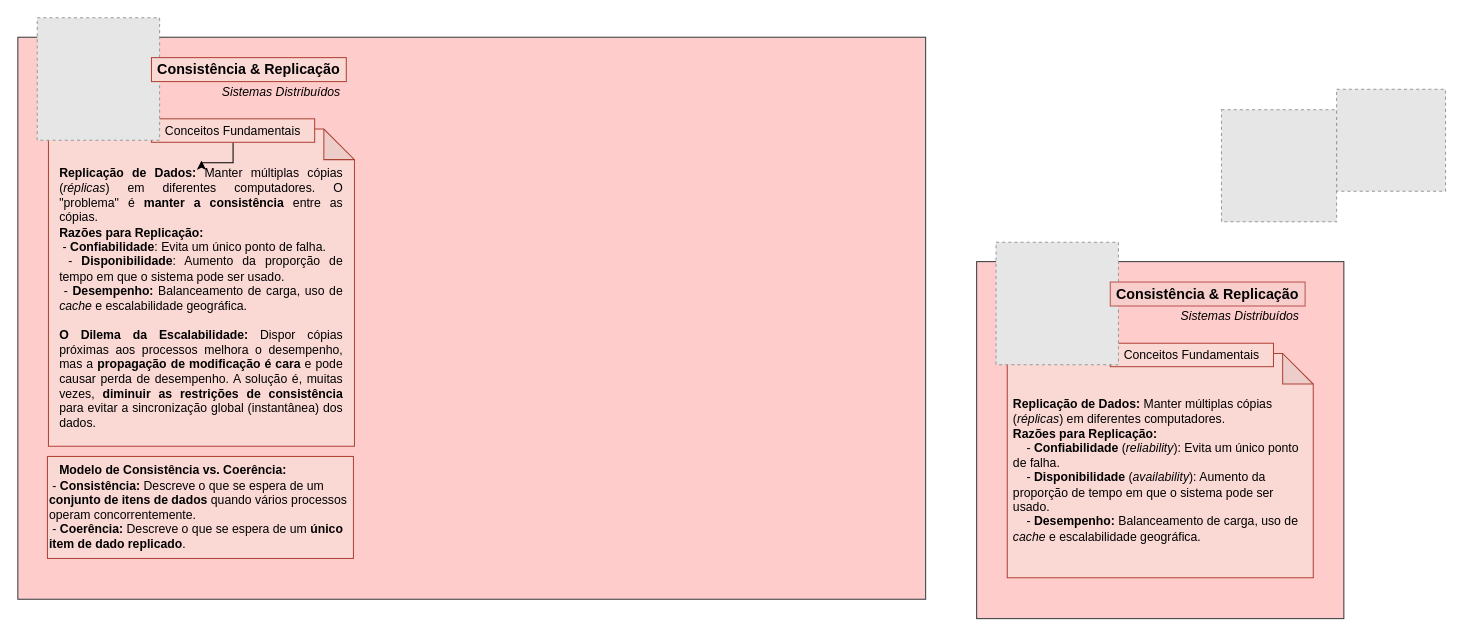
Earlier version of the draw.io diagram SysDistroN4.drawio (thaaalii/SisDistroThali). Source tidied: cells renumbered, new cells numbered last; positions are measured from the earlier drawing's top-left corner, leaving out a move shared by most shapes. Both pictures are drawn from the tidied source at 102%, with x=0, y=0 at pixel (17, 17). Pictures stored in the file or linked from it are replaced by grey dashed boxes.
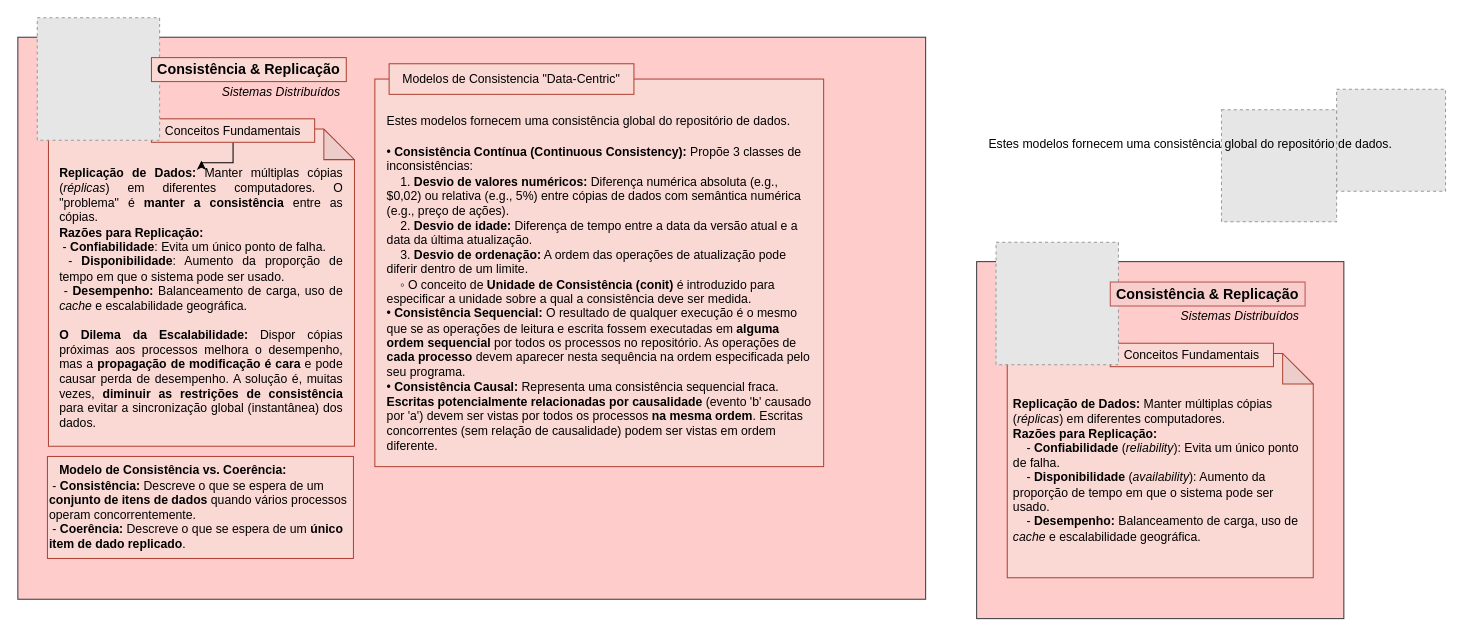
The same diagram, later.

Diff of the diagram source:
```diff
@@
+    <mxCell id="20" style="rounded=0;whiteSpace=wrap;html=1;strokeColor=light-dark(#AE4132,#FFF8B0);align=left;verticalAlign=middle;fontFamily=Helvetica;fontSize=12;fontColor=default;fillColor=#fad9d5;" parent="1" vertex="1">
+      <mxGeometry x="350" y="60" width="440" height="380" as="geometry" />
+    </mxCell>
+    <mxCell id="21" value="Modelos de Consistencia &quot;Data-Centric&quot;" style="whiteSpace=wrap;html=1;fillColor=#fad9d5;strokeColor=light-dark(#AE4132,#FFF8B0);" parent="1" vertex="1">
+      <mxGeometry x="364" y="45" width="240" height="30" as="geometry" />
+    </mxCell>
+    <mxCell id="22" value="&lt;span class=&quot;ng-star-inserted&quot;&gt;Estes modelos fornecem uma consistência global do repositório de dados&lt;/span&gt;&lt;span class=&quot;ng-star-inserted&quot;&gt;&lt;/span&gt;&lt;span class=&quot;ng-star-inserted&quot;&gt;&lt;/span&gt;&lt;span class=&quot;ng-star-inserted&quot;&gt;.&lt;/span&gt;" style="text;whiteSpace=wrap;html=1;fontFamily=Helvetica;fontSize=12;fontColor=default;" parent="1" vertex="1">
+      <mxGeometry x="360" y="88" width="400" height="30" as="geometry" />
+    </mxCell>
+    <mxCell id="23" value="&lt;span class=&quot;ng-star-inserted&quot;&gt;Estes modelos fornecem uma consistência global do repositório de dados&lt;/span&gt;&lt;span class=&quot;ng-star-inserted&quot;&gt;&lt;/span&gt;&lt;span class=&quot;ng-star-inserted&quot;&gt;&lt;/span&gt;&lt;span class=&quot;ng-star-inserted&quot;&gt;.&lt;/span&gt;" style="text;whiteSpace=wrap;html=1;fontFamily=Helvetica;fontSize=12;fontColor=default;" parent="1" vertex="1">
+      <mxGeometry x="950" y="110" width="430" height="40" as="geometry" />
+    </mxCell>
+    <mxCell id="24" value="&lt;span class=&quot;ng-star-inserted&quot;&gt;• &lt;/span&gt;&lt;b class=&quot;ng-star-inserted&quot;&gt;Consistência Contínua (Continuous Consistency):&lt;/b&gt;&lt;span class=&quot;ng-star-inserted&quot;&gt; Propõe 3 classes de inconsistências&lt;/span&gt;&lt;span class=&quot;ng-star-inserted&quot;&gt;:&lt;/span&gt;&lt;div class=&quot;paragraph normal ng-star-inserted&quot;&gt;&lt;span class=&quot;ng-star-inserted&quot;&gt;&amp;nbsp;&amp;nbsp;&amp;nbsp;&amp;nbsp;1. &lt;/span&gt;&lt;b class=&quot;ng-star-inserted&quot;&gt;Desvio de valores numéricos:&lt;/b&gt;&lt;span class=&quot;ng-star-inserted&quot;&gt; Diferença numérica absoluta (e.g., $0,02) ou relativa (e.g., 5%) entre cópias de dados com semântica numérica (e.g., preço de ações).&lt;/span&gt;&lt;/div&gt;&lt;div class=&quot;paragraph normal ng-star-inserted&quot;&gt;&lt;span class=&quot;ng-star-inserted&quot;&gt;&amp;nbsp;&amp;nbsp;&amp;nbsp;&amp;nbsp;2. &lt;/span&gt;&lt;b class=&quot;ng-star-inserted&quot;&gt;Desvio de idade:&lt;/b&gt;&lt;span class=&quot;ng-star-inserted&quot;&gt; Diferença de tempo entre a data da versão atual e a data da última atualização.&lt;/span&gt;&lt;/div&gt;&lt;div class=&quot;paragraph normal ng-star-inserted&quot;&gt;&lt;span class=&quot;ng-star-inserted&quot;&gt;&amp;nbsp;&amp;nbsp;&amp;nbsp;&amp;nbsp;3. &lt;/span&gt;&lt;b class=&quot;ng-star-inserted&quot;&gt;Desvio de ordenação:&lt;/b&gt;&lt;span class=&quot;ng-star-inserted&quot;&gt; A ordem das operações de atualização pode diferir dentro de um limite.&lt;/span&gt;&lt;/div&gt;&lt;div class=&quot;paragraph normal ng-star-inserted&quot;&gt;&lt;span class=&quot;ng-star-inserted&quot;&gt;&amp;nbsp;&amp;nbsp;&amp;nbsp;&amp;nbsp;◦ &lt;/span&gt;&lt;span class=&quot;ng-star-inserted&quot;&gt;O conceito de &lt;/span&gt;&lt;b class=&quot;ng-star-inserted&quot;&gt;Unidade de Consistência (&lt;/b&gt;&lt;b class=&quot;italic ng-star-inserted&quot;&gt;conit&lt;/b&gt;&lt;b class=&quot;ng-star-inserted&quot;&gt;)&lt;/b&gt;&lt;span class=&quot;ng-star-inserted&quot;&gt; é introduzido para especificar a unidade sobre a qual a consistência deve ser medida.&lt;/span&gt;&lt;/div&gt;&lt;div class=&quot;paragraph normal ng-star-inserted&quot;&gt;&lt;span class=&quot;ng-star-inserted&quot;&gt;• &lt;/span&gt;&lt;b class=&quot;ng-star-inserted&quot;&gt;Consistência Sequencial:&lt;/b&gt;&lt;span class=&quot;ng-star-inserted&quot;&gt; O resultado de qualquer execução é o mesmo que se as operações de leitura e escrita fossem executadas em &lt;/span&gt;&lt;b class=&quot;ng-star-inserted&quot;&gt;alguma ordem sequencial&lt;/b&gt;&lt;span class=&quot;ng-star-inserted&quot;&gt; por todos os processos no repositório&lt;/span&gt;&lt;span class=&quot;ng-star-inserted&quot;&gt;. As operações de &lt;/span&gt;&lt;b class=&quot;ng-star-inserted&quot;&gt;cada processo&lt;/b&gt;&lt;span class=&quot;ng-star-inserted&quot;&gt; devem aparecer nesta sequência na ordem especificada pelo seu programa.&lt;/span&gt;&lt;/div&gt;&lt;div class=&quot;paragraph normal ng-star-inserted&quot;&gt;&lt;span class=&quot;ng-star-inserted&quot;&gt;• &lt;/span&gt;&lt;b class=&quot;ng-star-inserted&quot;&gt;Consistência Causal:&lt;/b&gt;&lt;span class=&quot;ng-star-inserted&quot;&gt; Representa uma consistência sequencial fraca&lt;/span&gt;&lt;span class=&quot;ng-star-inserted&quot;&gt;. &lt;/span&gt;&lt;b class=&quot;ng-star-inserted&quot;&gt;Escritas potencialmente relacionadas por causalidade&lt;/b&gt;&lt;span class=&quot;ng-star-inserted&quot;&gt; (evento 'b' causado por 'a') devem ser vistas por todos os processos &lt;/span&gt;&lt;b class=&quot;ng-star-inserted&quot;&gt;na mesma ordem&lt;/b&gt;&lt;span class=&quot;ng-star-inserted&quot;&gt;. Escritas concorrentes (sem relação de causalidade) podem ser vistas em ordem diferente&lt;/span&gt;&lt;span class=&quot;ng-star-inserted&quot;&gt;.&lt;/span&gt;&lt;/div&gt;" style="text;whiteSpace=wrap;html=1;fontFamily=Helvetica;fontSize=12;fontColor=default;" parent="1" vertex="1">
+      <mxGeometry x="360" y="118" width="420" height="312" as="geometry" />
+    </mxCell>
```
